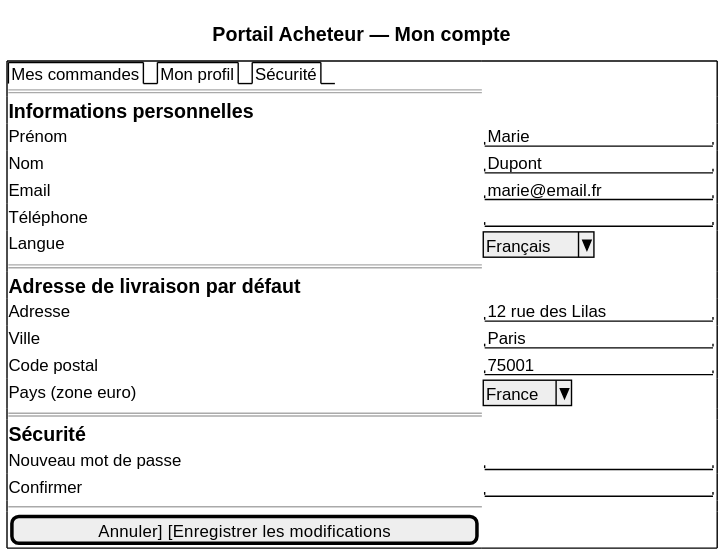
Before: architecture/04-physical-architecture/diagrams/ihm-pa-mon-compte.svg, a diagram exported from PlantUML (louistalvande/online_shop).
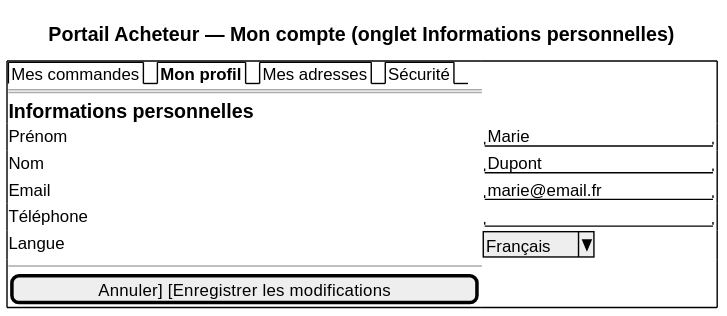
After the change.

Change to the diagram source:
```diff
@@ -1,8 +1,8 @@
 @startsalt
-title Portail Acheteur — Mon compte
+title Portail Acheteur — Mon compte (onglet Informations personnelles)
 
 {+
-  {/ Mes commandes | Mon profil | Sécurité }
+  {/ Mes commandes | <b>Mon profil | Mes adresses | Sécurité }
   ==
   == Informations personnelles
   Prénom       | "Marie               "
@@ -10,16 +10,6 @@
   Email        | "marie@email.fr      "
   Téléphone    | "                    "
   Langue       | ^Français^
-  ==
-  == Adresse de livraison par défaut
-  Adresse      | "12 rue des Lilas    "
-  Ville        | "Paris               "
-  Code postal  | "75001               "
-  Pays (zone euro)    | ^France^
-  ==
-  == Sécurité
-  Nouveau mot de passe   | "                    "
-  Confirmer              | "                    "
   --
   [Annuler]   [Enregistrer les modifications]
 }
```
